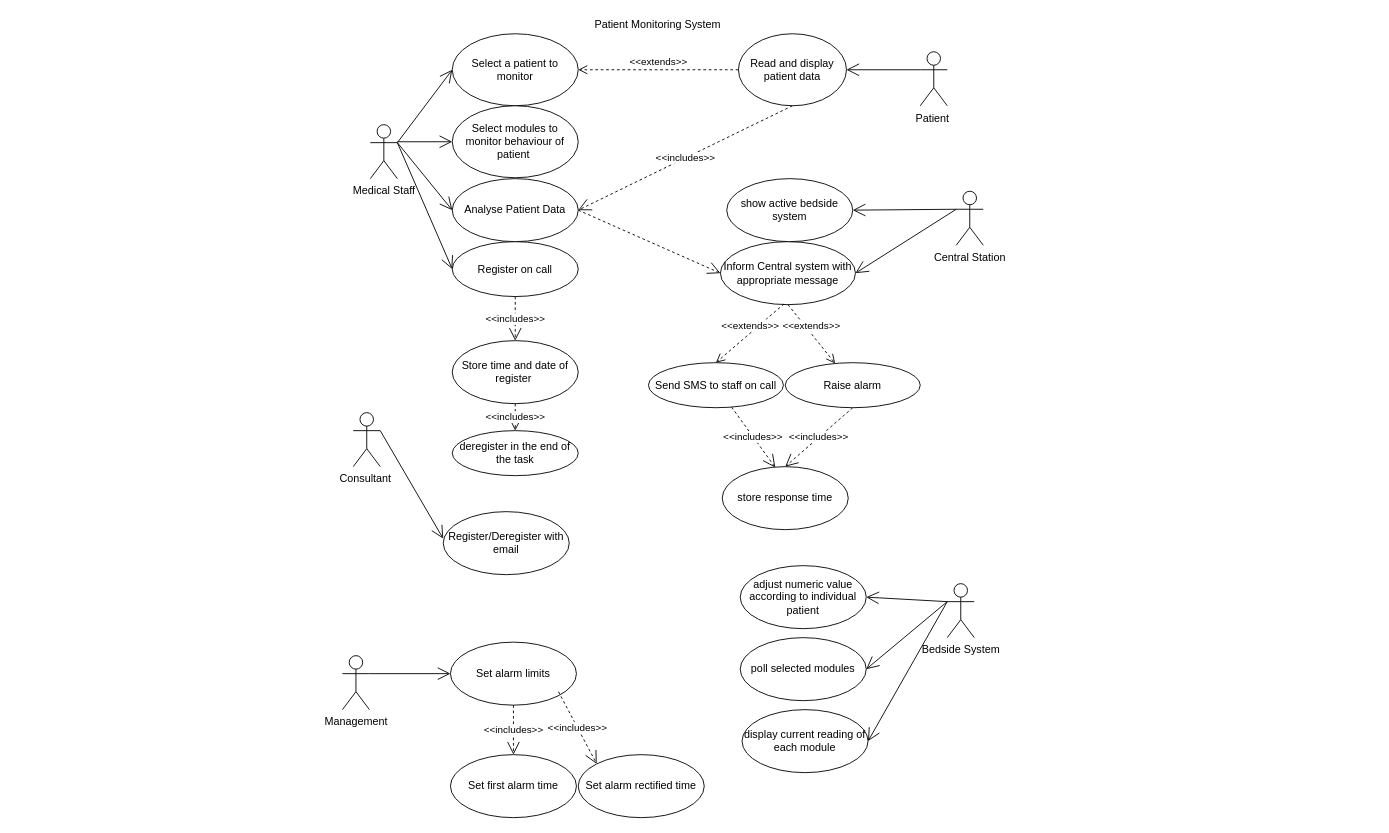
DinisSkizee/SoftwareEngineering_ARU_ComputerScience_TRI1 keeps this draw.io diagram as Diagrams/UseCaseDiagram.drawio.xml. Above is the earlier version. Source tidied: cells renumbered, new cells numbered last; positions are measured from the earlier drawing's top-left corner, leaving out a move shared by most shapes. Both pictures are drawn from the tidied source at 90%, with x=0, y=0 at pixel (342, 15).
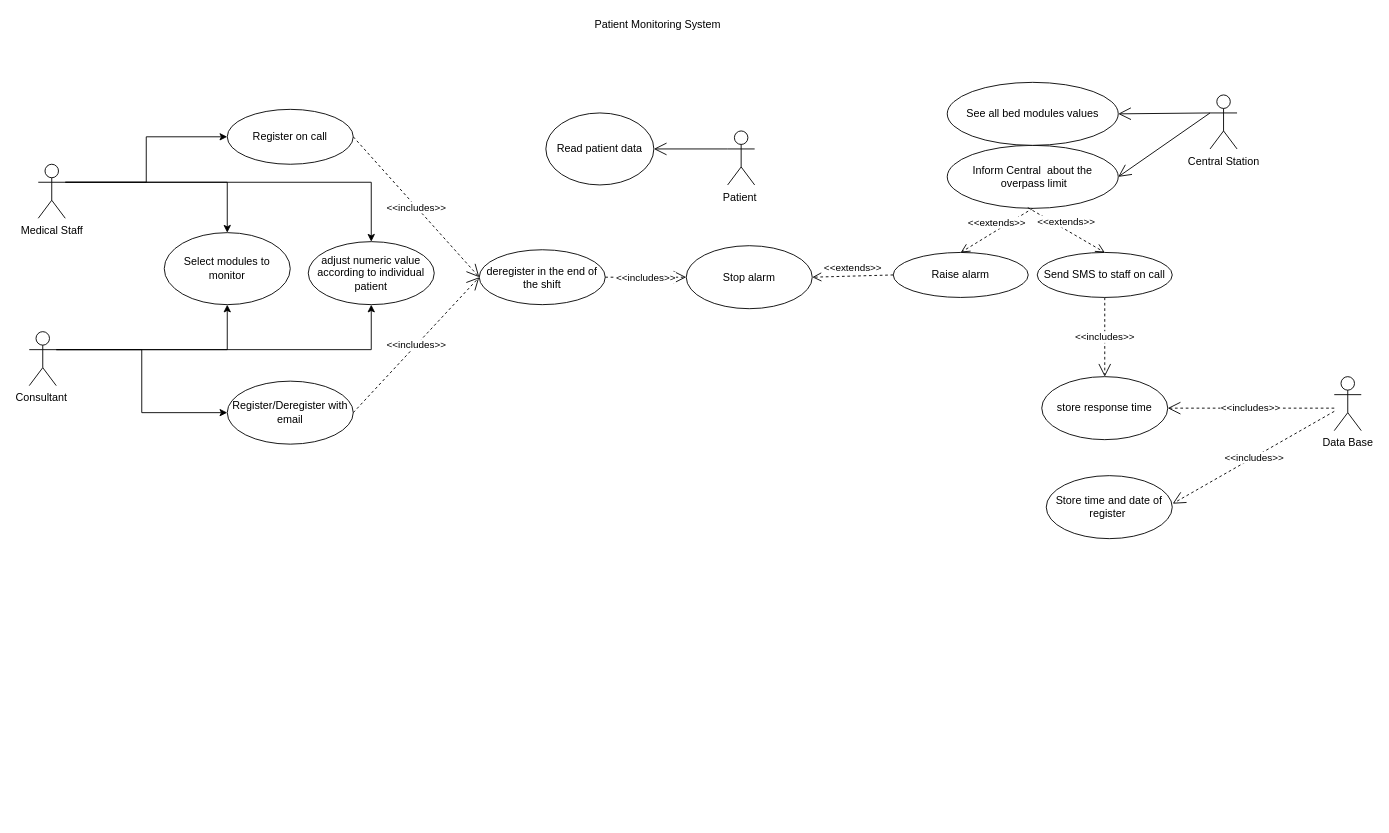
After the change.

Commit message:
Fix Use Case Diagram

Diff of the diagram source:
```diff
@@
+    <mxCell id="51" style="edgeStyle=orthogonalEdgeStyle;rounded=0;jettySize=auto;html=1;exitX=1;exitY=0.3333333333333333;exitDx=0;exitDy=0;exitPerimeter=0;entryX=0;entryY=0.5;entryDx=0;entryDy=0;" parent="1" edge="1" source="2" target="13">
+      <mxGeometry relative="1" as="geometry" />
+    </mxCell>
+    <mxCell id="52" style="edgeStyle=orthogonalEdgeStyle;rounded=0;jettySize=auto;html=1;exitX=1;exitY=0.3333333333333333;exitDx=0;exitDy=0;exitPerimeter=0;entryX=0.5;entryY=0;entryDx=0;entryDy=0;" parent="1" edge="1" source="2" target="8">
+      <mxGeometry relative="1" as="geometry">
+        <Array as="points">
+          <mxPoint x="-128" y="185" />
+        </Array>
+      </mxGeometry>
+    </mxCell>
+    <mxCell id="53" style="edgeStyle=orthogonalEdgeStyle;rounded=0;jettySize=auto;html=1;exitX=1;exitY=0.3333333333333333;exitDx=0;exitDy=0;exitPerimeter=0;entryX=0.5;entryY=0;entryDx=0;entryDy=0;" parent="1" edge="1" source="2" target="36">
+      <mxGeometry relative="1" as="geometry" />
+    </mxCell>
     <mxCell id="2" value="Medical Staff" style="shape=umlActor;verticalLabelPosition=bottom;labelBackgroundColor=#ffffff;verticalAlign=top;html=1;outlineConnect=0;" parent="1" vertex="1">
-      <mxGeometry x="31" y="121" width="30" height="60" as="geometry" />
+      <mxGeometry x="-338" y="165" width="30" height="60" as="geometry" />
     </mxCell>
+    <mxCell id="23" style="edgeStyle=orthogonalEdgeStyle;rounded=0;jettySize=auto;html=1;exitX=1;exitY=0.3333333333333333;exitDx=0;exitDy=0;exitPerimeter=0;entryX=0;entryY=0.5;entryDx=0;entryDy=0;" parent="1" edge="1" source="3" target="22">
+      <mxGeometry relative="1" as="geometry" />
+    </mxCell>
+    <mxCell id="54" style="edgeStyle=orthogonalEdgeStyle;rounded=0;jettySize=auto;html=1;exitX=1;exitY=0.3333333333333333;exitDx=0;exitDy=0;exitPerimeter=0;entryX=0.5;entryY=1;entryDx=0;entryDy=0;" parent="1" edge="1" source="3" target="8">
+      <mxGeometry relative="1" as="geometry">
+        <Array as="points">
+          <mxPoint x="-128" y="371" />
+        </Array>
+      </mxGeometry>
+    </mxCell>
+    <mxCell id="55" style="edgeStyle=orthogonalEdgeStyle;rounded=0;jettySize=auto;html=1;exitX=1;exitY=0.3333333333333333;exitDx=0;exitDy=0;exitPerimeter=0;" parent="1" edge="1" source="3" target="36">
+      <mxGeometry relative="1" as="geometry" />
+    </mxCell>
     <mxCell id="3" value="Consultant&amp;nbsp;" style="shape=umlActor;verticalLabelPosition=bottom;labelBackgroundColor=#ffffff;verticalAlign=top;html=1;outlineConnect=0;" parent="1" vertex="1">
-      <mxGeometry x="12" y="441" width="30" height="60" as="geometry" />
+      <mxGeometry x="-348" y="351" width="30" height="60" as="geometry" />
     </mxCell>
-    <mxCell id="4" value="Management" style="shape=umlActor;verticalLabelPosition=bottom;labelBackgroundColor=#ffffff;verticalAlign=top;html=1;outlineConnect=0;" parent="1" vertex="1">
-      <mxGeometry y="711" width="30" height="60" as="geometry" />
-    </mxCell>
     <mxCell id="5" value="Patient&amp;nbsp;" style="shape=umlActor;verticalLabelPosition=bottom;labelBackgroundColor=#ffffff;verticalAlign=top;html=1;outlineConnect=0;" parent="1" vertex="1">
-      <mxGeometry x="642" y="40" width="30" height="60" as="geometry" />
+      <mxGeometry x="428" y="128" width="30" height="60" as="geometry" />
     </mxCell>
     <mxCell id="6" value="Central Station" style="shape=umlActor;verticalLabelPosition=bottom;labelBackgroundColor=#ffffff;verticalAlign=top;html=1;outlineConnect=0;" parent="1" vertex="1">
-      <mxGeometry x="682" y="195" width="30" height="60" as="geometry" />
+      <mxGeometry x="964" y="88" width="30" height="60" as="geometry" />
     </mxCell>
-    <mxCell id="7" value="Select a patient to monitor" style="ellipse;whiteSpace=wrap;html=1;" parent="1" vertex="1">
-      <mxGeometry x="122" y="20" width="140" height="80" as="geometry" />
-    </mxCell>
-    <mxCell id="8" value="Select modules to monitor behaviour of patient&amp;nbsp;" style="ellipse;whiteSpace=wrap;html=1;" parent="1" vertex="1">
-      <mxGeometry x="122" y="100" width="140" height="80" as="geometry" />
+    <mxCell id="8" value="Select modules to monitor" style="ellipse;whiteSpace=wrap;html=1;" parent="1" vertex="1">
+      <mxGeometry x="-198" y="241" width="140" height="80" as="geometry" />
     </mxCell>
-    <mxCell id="9" value="Read and display patient data" style="ellipse;whiteSpace=wrap;html=1;" parent="1" vertex="1">
-      <mxGeometry x="440" y="20" width="120" height="80" as="geometry" />
+    <mxCell id="9" value="Read patient data" style="ellipse;whiteSpace=wrap;html=1;" parent="1" vertex="1">
+      <mxGeometry x="226" y="108" width="120" height="80" as="geometry" />
     </mxCell>
-    <mxCell id="10" style="endArrow=open;endFill=1;endSize=12;html=1;entryX=0;entryY=0.5;entryDx=0;entryDy=0;" parent="1" edge="1" target="8">
-      <mxGeometry relative="1" as="geometry">
-        <mxPoint x="61" y="140" as="sourcePoint" />
-      </mxGeometry>
-    </mxCell>
-    <mxCell id="11" style="endArrow=open;endFill=1;endSize=12;html=1;entryX=0;entryY=0.5;entryDx=0;entryDy=0;" parent="1" edge="1" target="7">
-      <mxGeometry relative="1" as="geometry">
-        <mxPoint x="61" y="141" as="sourcePoint" />
-      </mxGeometry>
-    </mxCell>
-    <mxCell id="12" value="&amp;lt;&amp;lt;extends&amp;gt;&amp;gt;" style="html=1;verticalAlign=bottom;endArrow=open;dashed=1;endSize=8;entryX=1;entryY=0.5;entryDx=0;entryDy=0;exitX=0;exitY=0.5;exitDx=0;exitDy=0;" parent="1" edge="1" source="9" target="7">
-      <mxGeometry relative="1" as="geometry" />
-    </mxCell>
     <mxCell id="13" value="Register on call" style="ellipse;whiteSpace=wrap;html=1;" parent="1" vertex="1">
-      <mxGeometry x="122" y="251" width="140" height="61" as="geometry" />
+      <mxGeometry x="-128" y="104" width="140" height="61" as="geometry" />
     </mxCell>
-    <mxCell id="14" style="endArrow=open;endFill=1;endSize=12;html=1;entryX=0;entryY=0.5;entryDx=0;entryDy=0;" parent="1" edge="1" target="13">
-      <mxGeometry relative="1" as="geometry">
-        <mxPoint x="61" y="141" as="sourcePoint" />
-      </mxGeometry>
-    </mxCell>
-    <mxCell id="15" value="Analyse Patient Data" style="ellipse;whiteSpace=wrap;html=1;" parent="1" vertex="1">
-      <mxGeometry x="122" y="181" width="140" height="70" as="geometry" />
-    </mxCell>
@@
     <mxCell id="17" value="Store time and date of register&amp;nbsp;" style="ellipse;whiteSpace=wrap;html=1;" parent="1" vertex="1">
-      <mxGeometry x="122" y="361" width="140" height="70" as="geometry" />
+      <mxGeometry x="782" y="511" width="140" height="70" as="geometry" />
     </mxCell>
-    <mxCell id="18" value="&amp;lt;&amp;lt;includes&amp;gt;&amp;gt;" style="endArrow=open;endSize=12;dashed=1;html=1;entryX=0.5;entryY=0;entryDx=0;entryDy=0;" parent="1" edge="1" target="21">
-      <mxGeometry relative="1" as="geometry">
-        <mxPoint x="192" y="431" as="sourcePoint" />
-      </mxGeometry>
-    </mxCell>
-    <mxCell id="19" value="Inform Central system with appropriate message" style="ellipse;whiteSpace=wrap;html=1;" parent="1" vertex="1">
-      <mxGeometry x="420" y="251" width="150" height="70" as="geometry" />
+    <mxCell id="19" value="Inform Central &amp;nbsp;about the &amp;nbsp;overpass limit" style="ellipse;whiteSpace=wrap;html=1;" parent="1" vertex="1">
+      <mxGeometry x="672" y="144" width="190" height="70" as="geometry" />
     </mxCell>
-    <mxCell id="20" style="endArrow=open;endSize=12;dashed=1;html=1;entryX=0;entryY=0.5;entryDx=0;entryDy=0;exitX=1;exitY=0.5;exitDx=0;exitDy=0;" parent="1" edge="1" source="15" target="19">
-      <mxGeometry relative="1" as="geometry" />
-    </mxCell>
-    <mxCell id="21" value="deregister in the end of the task" style="ellipse;whiteSpace=wrap;html=1;" parent="1" vertex="1">
-      <mxGeometry x="122" y="461" width="140" height="50" as="geometry" />
+    <mxCell id="21" value="deregister in the end of the shift" style="ellipse;whiteSpace=wrap;html=1;" parent="1" vertex="1">
+      <mxGeometry x="152" y="260" width="140" height="61" as="geometry" />
     </mxCell>
     <mxCell id="22" value="Register/Deregister with email" style="ellipse;whiteSpace=wrap;html=1;" parent="1" vertex="1">
-      <mxGeometry x="112" y="551" width="140" height="70" as="geometry" />
+      <mxGeometry x="-128" y="406" width="140" height="70" as="geometry" />
     </mxCell>
-    <mxCell id="23" style="endArrow=open;endFill=1;endSize=12;html=1;exitX=1;exitY=0.3333333333333333;exitDx=0;exitDy=0;exitPerimeter=0;entryX=0;entryY=0.429;entryDx=0;entryDy=0;entryPerimeter=0;" parent="1" edge="1" source="3" target="22">
-      <mxGeometry relative="1" as="geometry" />
-    </mxCell>
     <mxCell id="24" value="store response time" style="ellipse;whiteSpace=wrap;html=1;" parent="1" vertex="1">
-      <mxGeometry x="422" y="501" width="140" height="70" as="geometry" />
+      <mxGeometry x="777" y="401" width="140" height="70" as="geometry" />
     </mxCell>
-    <mxCell id="25" value="&amp;lt;&amp;lt;includes&amp;gt;&amp;gt;" style="endArrow=open;endSize=12;dashed=1;html=1;entryX=0.421;entryY=0.014;entryDx=0;entryDy=0;entryPerimeter=0;" parent="1" edge="1" source="48" target="24">
+    <mxCell id="25" value="&amp;lt;&amp;lt;includes&amp;gt;&amp;gt;" style="endArrow=open;endSize=12;dashed=1;html=1;entryX=0.5;entryY=0;entryDx=0;entryDy=0;" parent="1" edge="1" source="48" target="24">
       <mxGeometry relative="1" as="geometry" />
     </mxCell>
-    <mxCell id="26" value="&amp;lt;&amp;lt;includes&amp;gt;&amp;gt;" style="endArrow=open;endSize=12;dashed=1;html=1;entryX=0.5;entryY=0;entryDx=0;entryDy=0;exitX=0.5;exitY=1;exitDx=0;exitDy=0;" parent="1" edge="1" source="46" target="24">
-      <mxGeometry relative="1" as="geometry" />
-    </mxCell>
-    <mxCell id="27" value="show active bedside system&lt;br&gt;" style="ellipse;whiteSpace=wrap;html=1;" parent="1" vertex="1">
-      <mxGeometry x="427" y="181" width="140" height="70" as="geometry" />
+    <mxCell id="27" value="See all bed modules values" style="ellipse;whiteSpace=wrap;html=1;" parent="1" vertex="1">
+      <mxGeometry x="672" y="74" width="190" height="70" as="geometry" />
     </mxCell>
@@
-    <mxCell id="29" value="Set alarm limits" style="ellipse;whiteSpace=wrap;html=1;" parent="1" vertex="1">
-      <mxGeometry x="120" y="696" width="140" height="70" as="geometry" />
-    </mxCell>
-    <mxCell id="30" style="endArrow=open;endFill=1;endSize=12;html=1;entryX=0;entryY=0.5;entryDx=0;entryDy=0;exitX=1;exitY=0.3333333333333333;exitDx=0;exitDy=0;exitPerimeter=0;" parent="1" edge="1" source="4" target="29">
-      <mxGeometry relative="1" as="geometry" />
-    </mxCell>
-    <mxCell id="31" value="Set first alarm time" style="ellipse;whiteSpace=wrap;html=1;" parent="1" vertex="1">
-      <mxGeometry x="120" y="821" width="140" height="70" as="geometry" />
-    </mxCell>
-    <mxCell id="32" value="&amp;lt;&amp;lt;includes&amp;gt;&amp;gt;" style="endArrow=open;endSize=12;dashed=1;html=1;entryX=0.5;entryY=0;entryDx=0;entryDy=0;exitX=0.5;exitY=1;exitDx=0;exitDy=0;" parent="1" edge="1" source="29" target="31">
-      <mxGeometry relative="1" as="geometry" />
-    </mxCell>
-    <mxCell id="33" value="Set alarm rectified time" style="ellipse;whiteSpace=wrap;html=1;" parent="1" vertex="1">
-      <mxGeometry x="262" y="821" width="140" height="70" as="geometry" />
-    </mxCell>
-    <mxCell id="34" value="&amp;lt;&amp;lt;includes&amp;gt;&amp;gt;" style="endArrow=open;endSize=12;dashed=1;html=1;entryX=0;entryY=0;entryDx=0;entryDy=0;" parent="1" edge="1" target="33">
-      <mxGeometry relative="1" as="geometry">
-        <mxPoint x="240" y="751" as="sourcePoint" />
-      </mxGeometry>
-    </mxCell>
-    <mxCell id="35" value="Bedside System&lt;br&gt;" style="shape=umlActor;verticalLabelPosition=bottom;labelBackgroundColor=#ffffff;verticalAlign=top;html=1;" parent="1" vertex="1">
-      <mxGeometry x="672" y="631" width="30" height="60" as="geometry" />
-    </mxCell>
     <mxCell id="36" value="adjust numeric value according to individual patient" style="ellipse;whiteSpace=wrap;html=1;" parent="1" vertex="1">
-      <mxGeometry x="442" y="611" width="140" height="70" as="geometry" />
+      <mxGeometry x="-38" y="251" width="140" height="70" as="geometry" />
     </mxCell>
-    <mxCell id="37" value="poll selected modules" style="ellipse;whiteSpace=wrap;html=1;" parent="1" vertex="1">
-      <mxGeometry x="442" y="691" width="140" height="70" as="geometry" />
-    </mxCell>
-    <mxCell id="38" value="display current reading of each module" style="ellipse;whiteSpace=wrap;html=1;" parent="1" vertex="1">
-      <mxGeometry x="444" y="771" width="140" height="70" as="geometry" />
-    </mxCell>
-    <mxCell id="39" style="endArrow=open;endFill=1;endSize=12;html=1;entryX=1;entryY=0.5;entryDx=0;entryDy=0;exitX=0;exitY=0.3333333333333333;exitDx=0;exitDy=0;exitPerimeter=0;" parent="1" edge="1" source="35" target="37">
-      <mxGeometry relative="1" as="geometry" />
-    </mxCell>
-    <mxCell id="40" style="endArrow=open;endFill=1;endSize=12;html=1;entryX=1;entryY=0.5;entryDx=0;entryDy=0;exitX=0;exitY=0.3333333333333333;exitDx=0;exitDy=0;exitPerimeter=0;" parent="1" edge="1" source="35" target="38">
-      <mxGeometry relative="1" as="geometry" />
-    </mxCell>
-    <mxCell id="41" style="endArrow=open;endFill=1;endSize=12;html=1;entryX=1;entryY=0.5;entryDx=0;entryDy=0;" parent="1" edge="1" target="36">
-      <mxGeometry relative="1" as="geometry">
-        <mxPoint x="672" y="651" as="sourcePoint" />
-      </mxGeometry>
-    </mxCell>
@@
-    <mxCell id="43" value="&amp;lt;&amp;lt;includes&amp;gt;&amp;gt;" style="endArrow=open;endSize=12;dashed=1;html=1;entryX=1;entryY=0.5;entryDx=0;entryDy=0;exitX=0.5;exitY=1;exitDx=0;exitDy=0;" parent="1" edge="1" source="9" target="15">
-      <mxGeometry relative="1" as="geometry" />
-    </mxCell>
-    <mxCell id="44" style="endArrow=open;endFill=1;endSize=12;html=1;entryX=0;entryY=0.5;entryDx=0;entryDy=0;exitX=1;exitY=0.3333333333333333;exitDx=0;exitDy=0;exitPerimeter=0;" parent="1" edge="1" source="2" target="15">
-      <mxGeometry relative="1" as="geometry" />
-    </mxCell>
-    <mxCell id="45" value="&amp;lt;&amp;lt;includes&amp;gt;&amp;gt;" style="endArrow=open;endSize=12;dashed=1;html=1;entryX=0.5;entryY=0;entryDx=0;entryDy=0;exitX=0.5;exitY=1;exitDx=0;exitDy=0;" parent="1" edge="1" source="13" target="17">
+    <mxCell id="45" value="&amp;lt;&amp;lt;includes&amp;gt;&amp;gt;" style="endArrow=open;endSize=12;dashed=1;html=1;entryX=1.003;entryY=0.445;entryDx=0;entryDy=0;entryPerimeter=0;" parent="1" edge="1" source="56" target="17">
       <mxGeometry relative="1" as="geometry" />
     </mxCell>
     <mxCell id="46" value="Raise alarm" style="ellipse;whiteSpace=wrap;html=1;" parent="1" vertex="1">
-      <mxGeometry x="492" y="385.5" width="150" height="50" as="geometry" />
+      <mxGeometry x="612" y="263" width="150" height="50" as="geometry" />
     </mxCell>
-    <mxCell id="47" value="&amp;lt;&amp;lt;extends&amp;gt;&amp;gt;" style="html=1;verticalAlign=bottom;endArrow=open;dashed=1;endSize=8;exitX=0.5;exitY=1;exitDx=0;exitDy=0;" parent="1" edge="1" source="19" target="46">
+    <mxCell id="47" value="&amp;lt;&amp;lt;extends&amp;gt;&amp;gt;" style="html=1;verticalAlign=bottom;endArrow=open;dashed=1;endSize=8;exitX=0.5;exitY=1;exitDx=0;exitDy=0;entryX=0.5;entryY=0;entryDx=0;entryDy=0;" parent="1" edge="1" source="19" target="46">
       <mxGeometry relative="1" as="geometry" />
     </mxCell>
     <mxCell id="48" value="Send SMS to staff on call" style="ellipse;whiteSpace=wrap;html=1;" parent="1" vertex="1">
-      <mxGeometry x="340" y="385.5" width="150" height="50" as="geometry" />
+      <mxGeometry x="772" y="263" width="150" height="50" as="geometry" />
     </mxCell>
@@
+    <mxCell id="56" value="Data Base" style="shape=umlActor;verticalLabelPosition=bottom;labelBackgroundColor=#ffffff;verticalAlign=top;html=1;outlineConnect=0;" parent="1" vertex="1">
+      <mxGeometry x="1102" y="401" width="30" height="60" as="geometry" />
+    </mxCell>
+    <mxCell id="57" value="Stop alarm" style="ellipse;whiteSpace=wrap;html=1;" parent="1" vertex="1">
+      <mxGeometry x="382" y="255.5" width="140" height="70" as="geometry" />
+    </mxCell>
+    <mxCell id="58" value="&amp;lt;&amp;lt;includes&amp;gt;&amp;gt;" style="endArrow=open;endSize=12;dashed=1;html=1;entryX=0;entryY=0.5;entryDx=0;entryDy=0;exitX=1;exitY=0.5;exitDx=0;exitDy=0;" parent="1" edge="1" source="13" target="21">
+      <mxGeometry relative="1" as="geometry" />
+    </mxCell>
+    <mxCell id="59" value="&amp;lt;&amp;lt;includes&amp;gt;&amp;gt;" style="endArrow=open;endSize=12;dashed=1;html=1;entryX=0;entryY=0.5;entryDx=0;entryDy=0;exitX=1;exitY=0.5;exitDx=0;exitDy=0;" parent="1" edge="1" source="22" target="21">
+      <mxGeometry relative="1" as="geometry" />
+    </mxCell>
+    <mxCell id="60" value="&amp;lt;&amp;lt;includes&amp;gt;&amp;gt;" style="endArrow=open;endSize=12;dashed=1;html=1;entryX=0;entryY=0.5;entryDx=0;entryDy=0;exitX=1;exitY=0.5;exitDx=0;exitDy=0;" parent="1" edge="1" source="21" target="57">
+      <mxGeometry relative="1" as="geometry" />
+    </mxCell>
+    <mxCell id="12" value="&amp;lt;&amp;lt;extends&amp;gt;&amp;gt;" style="html=1;verticalAlign=bottom;endArrow=open;dashed=1;endSize=8;exitX=0;exitY=0.5;exitDx=0;exitDy=0;entryX=1;entryY=0.5;entryDx=0;entryDy=0;" parent="1" edge="1" source="46" target="57">
+      <mxGeometry relative="1" as="geometry" />
+    </mxCell>
+    <mxCell id="61" value="&amp;lt;&amp;lt;includes&amp;gt;&amp;gt;" style="endArrow=open;endSize=12;dashed=1;html=1;entryX=1;entryY=0.5;entryDx=0;entryDy=0;" parent="1" edge="1" target="24">
+      <mxGeometry relative="1" as="geometry">
+        <mxPoint x="1102" y="436" as="sourcePoint" />
+      </mxGeometry>
+    </mxCell>
```
